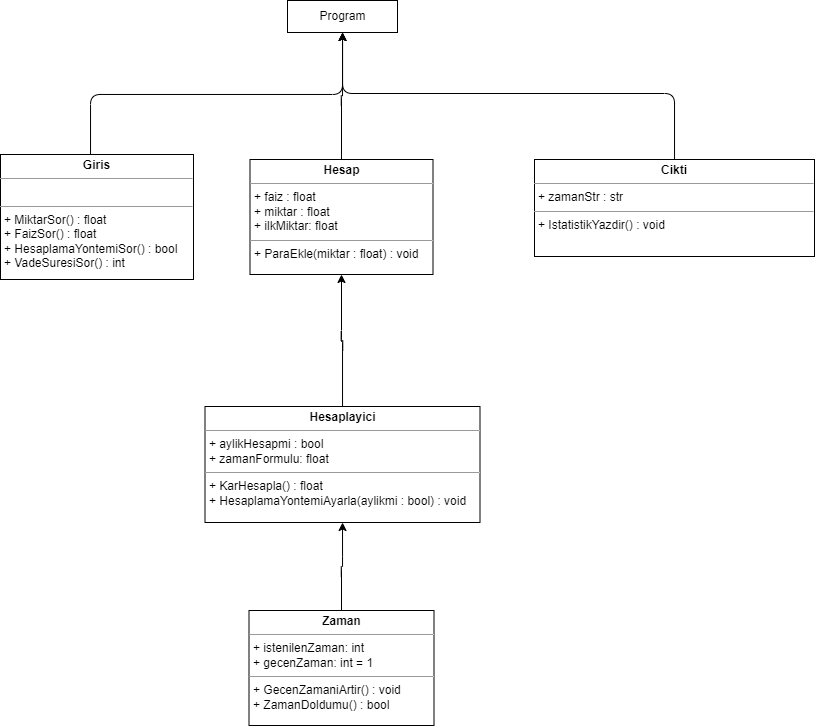
Earlier version of the draw.io export Diyagramlar/UML Diyagramı.drawio.png (VirtualExecutive/Mevduat-Faiz-Hesaplama). Source tidied: cells renumbered, new cells last; positions are measured from the earlier drawing's top-left corner, leaving out a move shared by most shapes. The source it was exported from:
```xml
<mxGraphModel>
  <root>
    <mxCell id="0" />
    <mxCell id="1" parent="0" />
    <mxCell id="2" style="edgeStyle=orthogonalEdgeStyle;html=1;" parent="1" edge="1" source="3" target="5">
      <mxGeometry relative="1" as="geometry" />
    </mxCell>
    <mxCell id="3" value="&lt;p style=&quot;text-align: center; margin: 4px 0px 0px;&quot;&gt;&lt;b&gt;Zaman&lt;/b&gt;&lt;/p&gt;&lt;hr size=&quot;1&quot;&gt;&lt;p style=&quot;margin:0px;margin-left:4px;&quot;&gt;+ istenilenZaman: int&lt;/p&gt;&lt;p style=&quot;margin:0px;margin-left:4px;&quot;&gt;&lt;span style=&quot;background-color: initial;&quot;&gt;+ gecenZaman: int = 1&lt;/span&gt;&lt;/p&gt;&lt;hr size=&quot;1&quot;&gt;&lt;p style=&quot;margin: 0px 0px 0px 4px;&quot;&gt;+ GecenZamaniArtir() : void&lt;/p&gt;&lt;p style=&quot;margin: 0px 0px 0px 4px;&quot;&gt;+ ZamanDoldumu() : bool&lt;/p&gt;&lt;p style=&quot;margin: 0px 0px 0px 4px;&quot;&gt;&lt;br&gt;&lt;/p&gt;" style="verticalAlign=top;align=left;overflow=fill;fontSize=12;fontFamily=Helvetica;html=1;" parent="1" vertex="1">
      <mxGeometry x="248.5" y="610" width="185" height="115" as="geometry" />
    </mxCell>
    <mxCell id="4" style="edgeStyle=orthogonalEdgeStyle;html=1;" parent="1" edge="1" source="5" target="7">
      <mxGeometry relative="1" as="geometry" />
    </mxCell>
    <mxCell id="5" value="&lt;p style=&quot;text-align: center; margin: 4px 0px 0px;&quot;&gt;&lt;b&gt;Hesaplayici&lt;/b&gt;&lt;/p&gt;&lt;hr size=&quot;1&quot;&gt;&lt;p style=&quot;margin:0px;margin-left:4px;&quot;&gt;&lt;span style=&quot;background-color: initial;&quot;&gt;+ aylikHesapmi : bool&lt;/span&gt;&lt;br&gt;&lt;/p&gt;&lt;p style=&quot;margin:0px;margin-left:4px;&quot;&gt;+ zamanFormulu: float&lt;/p&gt;&lt;hr size=&quot;1&quot;&gt;&lt;p style=&quot;margin: 0px 0px 0px 4px;&quot;&gt;+ KarHesapla() : float&lt;/p&gt;&lt;p style=&quot;margin: 0px 0px 0px 4px;&quot;&gt;+ HesaplamaYontemiAyarla(aylikmi : bool) : void&lt;/p&gt;&lt;p style=&quot;margin: 0px 0px 0px 4px;&quot;&gt;&lt;br&gt;&lt;/p&gt;" style="verticalAlign=top;align=left;overflow=fill;fontSize=12;fontFamily=Helvetica;html=1;" parent="1" vertex="1">
      <mxGeometry x="204.5" y="406" width="275" height="116" as="geometry" />
    </mxCell>
    <mxCell id="6" style="edgeStyle=orthogonalEdgeStyle;html=1;exitX=0.5;exitY=0;exitDx=0;exitDy=0;" parent="1" edge="1" source="7" target="10">
      <mxGeometry relative="1" as="geometry" />
    </mxCell>
    <mxCell id="7" value="&lt;p style=&quot;text-align: center; margin: 4px 0px 0px;&quot;&gt;&lt;b&gt;Hesap&lt;/b&gt;&lt;/p&gt;&lt;hr size=&quot;1&quot;&gt;&lt;p style=&quot;margin:0px;margin-left:4px;&quot;&gt;+ faiz : float&lt;br&gt;&lt;/p&gt;&lt;p style=&quot;margin:0px;margin-left:4px;&quot;&gt;+ miktar : float&lt;/p&gt;&lt;p style=&quot;margin:0px;margin-left:4px;&quot;&gt;+ ilkMiktar: float&lt;/p&gt;&lt;hr size=&quot;1&quot;&gt;&lt;p style=&quot;margin: 0px 0px 0px 4px;&quot;&gt;+ ParaEkle(miktar : float) : void&lt;/p&gt;&lt;p style=&quot;margin: 0px 0px 0px 4px;&quot;&gt;&lt;br&gt;&lt;/p&gt;" style="verticalAlign=top;align=left;overflow=fill;fontSize=12;fontFamily=Helvetica;html=1;" parent="1" vertex="1">
      <mxGeometry x="249.5" y="159" width="183" height="115" as="geometry" />
    </mxCell>
    <mxCell id="8" style="edgeStyle=orthogonalEdgeStyle;html=1;" parent="1" edge="1" source="9" target="10">
      <mxGeometry relative="1" as="geometry">
        <Array as="points">
          <mxPoint x="90" y="94" />
          <mxPoint x="342" y="94" />
        </Array>
      </mxGeometry>
    </mxCell>
    <mxCell id="9" value="&lt;p style=&quot;text-align: center; margin: 4px 0px 0px;&quot;&gt;&lt;b&gt;Giris&lt;/b&gt;&lt;/p&gt;&lt;hr size=&quot;1&quot;&gt;&lt;p style=&quot;margin:0px;margin-left:4px;&quot;&gt;&lt;br&gt;&lt;/p&gt;&lt;hr size=&quot;1&quot;&gt;&lt;p style=&quot;margin: 0px 0px 0px 4px;&quot;&gt;+ MiktarSor() : float&lt;/p&gt;&lt;p style=&quot;margin: 0px 0px 0px 4px;&quot;&gt;+ FaizSor() : float&lt;/p&gt;&lt;p style=&quot;margin: 0px 0px 0px 4px;&quot;&gt;+ HesaplamaYontemiSor() : bool&lt;/p&gt;&lt;p style=&quot;margin: 0px 0px 0px 4px;&quot;&gt;+ VadeSuresiSor() : int&lt;/p&gt;" style="verticalAlign=top;align=left;overflow=fill;fontSize=12;fontFamily=Helvetica;html=1;" parent="1" vertex="1">
      <mxGeometry y="154" width="193" height="125" as="geometry" />
    </mxCell>
    <mxCell id="10" value="Program" style="html=1;" parent="1" vertex="1">
      <mxGeometry x="287" width="110" height="32" as="geometry" />
    </mxCell>
    <mxCell id="11" style="edgeStyle=orthogonalEdgeStyle;html=1;" parent="1" edge="1" source="12" target="10">
      <mxGeometry relative="1" as="geometry">
        <Array as="points">
          <mxPoint x="674" y="93" />
          <mxPoint x="342" y="93" />
        </Array>
      </mxGeometry>
    </mxCell>
    <mxCell id="12" value="&lt;p style=&quot;text-align: center; margin: 4px 0px 0px;&quot;&gt;&lt;b&gt;Cikti&lt;/b&gt;&lt;/p&gt;&lt;hr size=&quot;1&quot;&gt;&lt;p style=&quot;margin:0px;margin-left:4px;&quot;&gt;+ zamanStr : str&lt;/p&gt;&lt;hr size=&quot;1&quot;&gt;&lt;p style=&quot;margin: 0px 0px 0px 4px;&quot;&gt;+ IstatistikYazdir() : void&lt;/p&gt;" style="verticalAlign=top;align=left;overflow=fill;fontSize=12;fontFamily=Helvetica;html=1;" parent="1" vertex="1">
      <mxGeometry x="534" y="159" width="280" height="97" as="geometry" />
    </mxCell>
  </root>
</mxGraphModel>
```
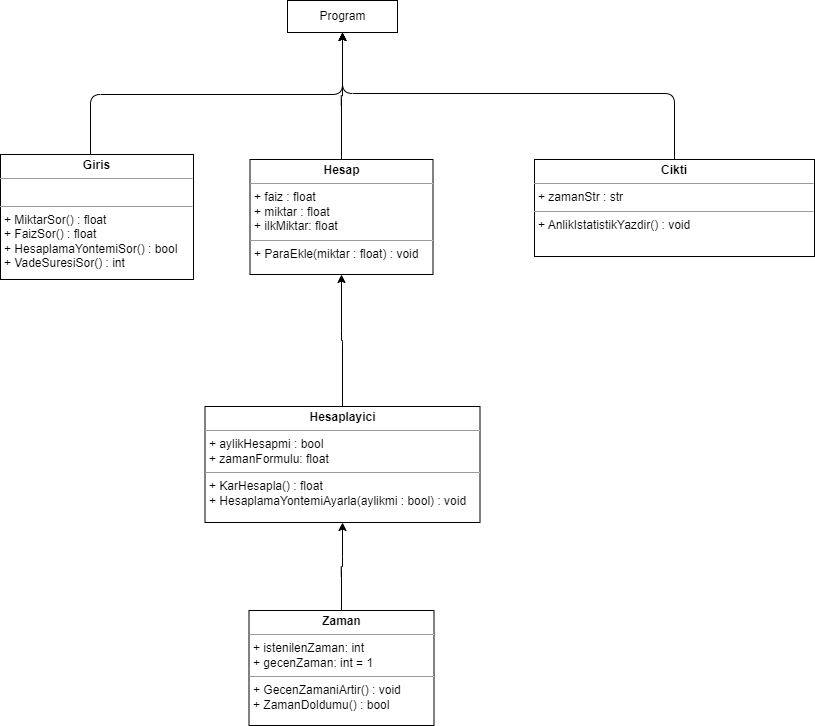
Later version of the same file.

Commit message:
Fonksiyon Adı Değiştirildi.

Program.Cikti:
IstatistikYazdir() : void kısmı
AnlikIstatistikYazdir() : void olarak değiştirildi.

The edit, as a diff of the source:
```diff
@@ -42,7 +42,7 @@
         </Array>
       </mxGeometry>
     </mxCell>
-    <mxCell id="12" value="&lt;p style=&quot;text-align: center; margin: 4px 0px 0px;&quot;&gt;&lt;b&gt;Cikti&lt;/b&gt;&lt;/p&gt;&lt;hr size=&quot;1&quot;&gt;&lt;p style=&quot;margin:0px;margin-left:4px;&quot;&gt;+ zamanStr : str&lt;/p&gt;&lt;hr size=&quot;1&quot;&gt;&lt;p style=&quot;margin: 0px 0px 0px 4px;&quot;&gt;+ IstatistikYazdir() : void&lt;/p&gt;" style="verticalAlign=top;align=left;overflow=fill;fontSize=12;fontFamily=Helvetica;html=1;" parent="1" vertex="1">
+    <mxCell id="12" value="&lt;p style=&quot;text-align: center; margin: 4px 0px 0px;&quot;&gt;&lt;b&gt;Cikti&lt;/b&gt;&lt;/p&gt;&lt;hr size=&quot;1&quot;&gt;&lt;p style=&quot;margin:0px;margin-left:4px;&quot;&gt;+ zamanStr : str&lt;/p&gt;&lt;hr size=&quot;1&quot;&gt;&lt;p style=&quot;margin: 0px 0px 0px 4px;&quot;&gt;+ AnlikIstatistikYazdir() : void&lt;/p&gt;" style="verticalAlign=top;align=left;overflow=fill;fontSize=12;fontFamily=Helvetica;html=1;" parent="1" vertex="1">
       <mxGeometry x="534" y="159" width="280" height="97" as="geometry" />
     </mxCell>
   </root>
```
